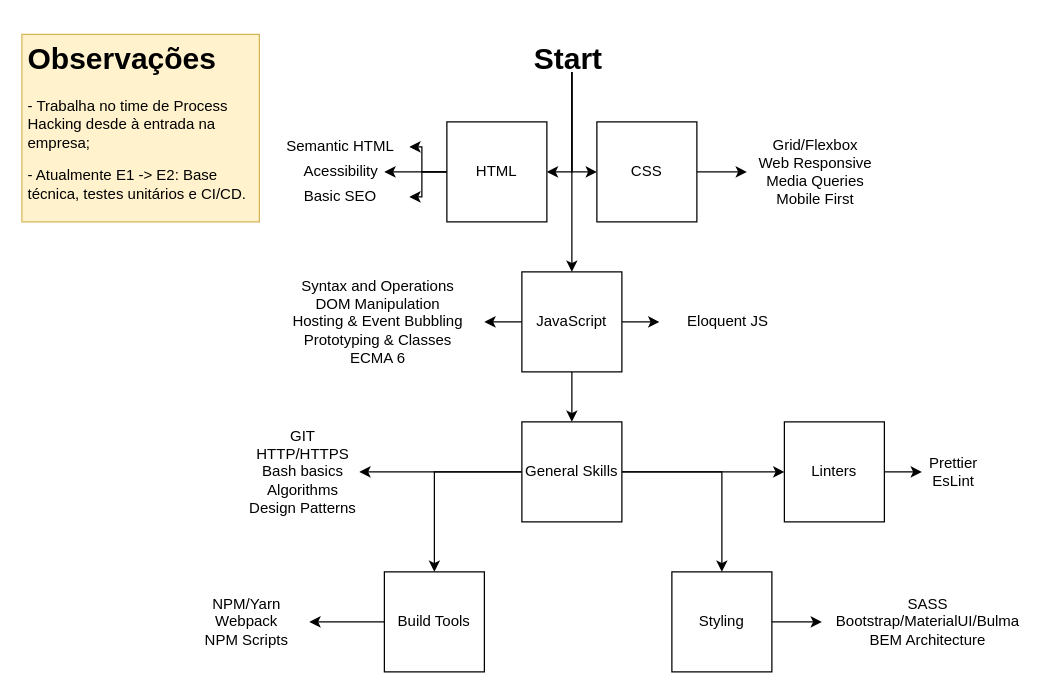
Above: Roadmap.drawio in azraelgarden/maju-mentoria (draw.io), before the change. Source tidied: cells renumbered, new cells numbered last; positions are measured from the earlier drawing's top-left corner, leaving out a move shared by most shapes. Both pictures are drawn from the tidied source at 125%, with x=0, y=0 at pixel (21, 34).
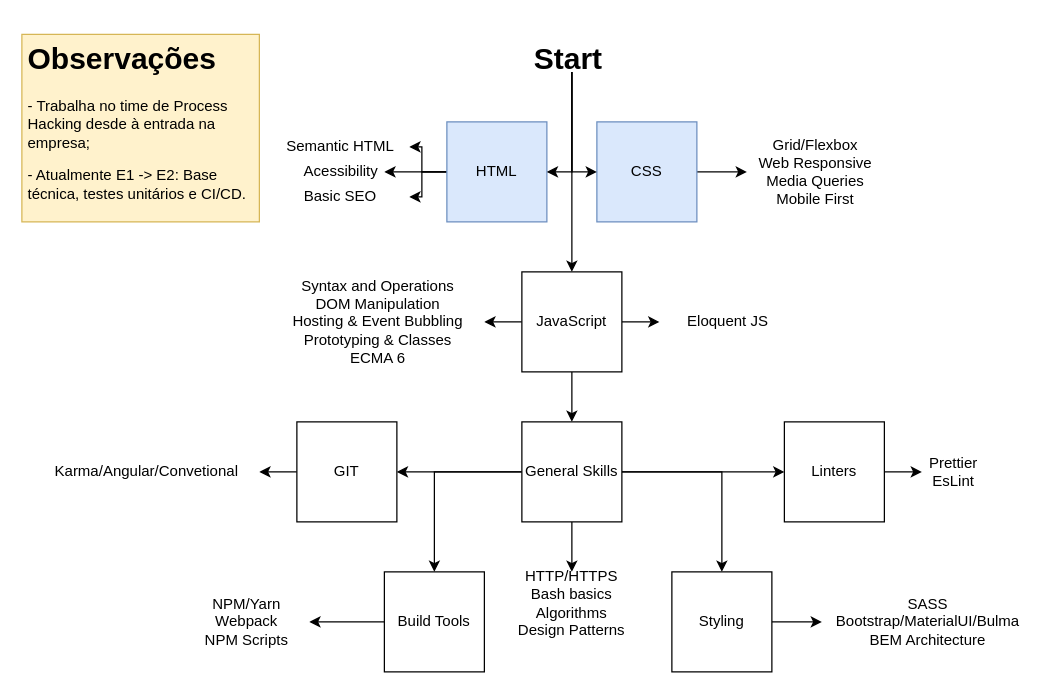
The same diagram, later.

Unchanged cells that the change refers to:
```xml
<mxCell id="26" value="General Skills" style="whiteSpace=wrap;html=1;" parent="1" vertex="1">
  <mxGeometry x="400" y="310" width="80" height="80" as="geometry" />
</mxCell>
```

Change to the diagram source:
```diff
@@
-    <mxCell id="6" value="HTML" style="whiteSpace=wrap;html=1;" parent="1" vertex="1">
+    <mxCell id="6" value="HTML" style="whiteSpace=wrap;html=1;fillColor=#dae8fc;strokeColor=#6c8ebf;" parent="1" vertex="1">
       <mxGeometry x="340" y="70" width="80" height="80" as="geometry" />
     </mxCell>
@@
-    <mxCell id="8" value="CSS" style="whiteSpace=wrap;html=1;" parent="1" vertex="1">
+    <mxCell id="8" value="CSS" style="whiteSpace=wrap;html=1;fillColor=#dae8fc;strokeColor=#6c8ebf;" parent="1" vertex="1">
       <mxGeometry x="460" y="70" width="80" height="80" as="geometry" />
     </mxCell>
@@
-    <mxCell id="22" style="edgeStyle=orthogonalEdgeStyle;rounded=0;jettySize=auto;html=1;" parent="1" edge="1" source="26">
-      <mxGeometry relative="1" as="geometry">
-        <mxPoint x="270" y="350" as="targetPoint" />
-      </mxGeometry>
+    <mxCell id="22" style="edgeStyle=orthogonalEdgeStyle;rounded=0;jettySize=auto;html=1;" parent="1" edge="1" source="26" target="27">
+      <mxGeometry relative="1" as="geometry" />
     </mxCell>
@@
+    <mxCell id="41" style="edgeStyle=orthogonalEdgeStyle;rounded=0;jettySize=auto;html=1;" parent="1" edge="1" source="26" target="43">
+      <mxGeometry relative="1" as="geometry" />
+    </mxCell>
@@
-    <mxCell id="27" value="GIT&lt;br&gt;HTTP/HTTPS&lt;br&gt;Bash basics&lt;br&gt;Algorithms&lt;br&gt;Design Patterns" style="text;html=1;strokeColor=none;fillColor=none;align=center;verticalAlign=middle;whiteSpace=wrap;rounded=0;" parent="1" vertex="1">
-      <mxGeometry x="140" y="340" width="170" height="20" as="geometry" />
+    <mxCell id="27" value="HTTP/HTTPS&lt;br&gt;Bash basics&lt;br&gt;Algorithms&lt;br&gt;Design Patterns" style="text;html=1;strokeColor=none;fillColor=none;align=center;verticalAlign=middle;whiteSpace=wrap;rounded=0;" parent="1" vertex="1">
+      <mxGeometry x="380" y="430" width="120" height="50" as="geometry" />
     </mxCell>
@@
+    <mxCell id="42" style="edgeStyle=orthogonalEdgeStyle;rounded=0;jettySize=auto;html=1;" parent="1" edge="1" source="43" target="44">
+      <mxGeometry relative="1" as="geometry" />
+    </mxCell>
+    <mxCell id="43" value="GIT" style="whiteSpace=wrap;html=1;" parent="1" vertex="1">
+      <mxGeometry x="220" y="310" width="80" height="80" as="geometry" />
+    </mxCell>
+    <mxCell id="44" value="Karma/Angular/Convetional" style="text;html=1;strokeColor=none;fillColor=none;align=center;verticalAlign=middle;whiteSpace=wrap;rounded=0;" parent="1" vertex="1">
+      <mxGeometry x="10" y="340" width="180" height="20" as="geometry" />
+    </mxCell>
```
